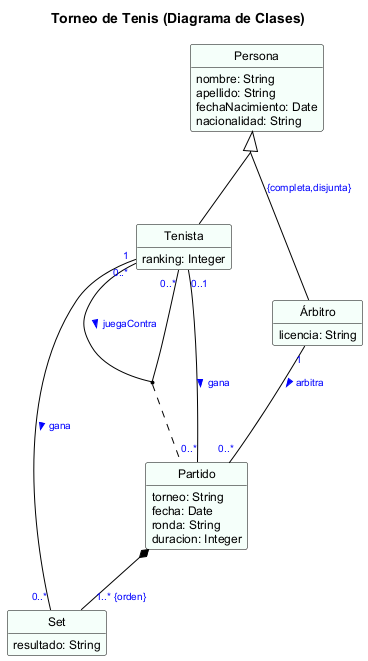
Before: assets/images/iissi1/mc2mr/torneo-tenis-clases.png, a diagram exported from PlantUML (IISSI-US/web).
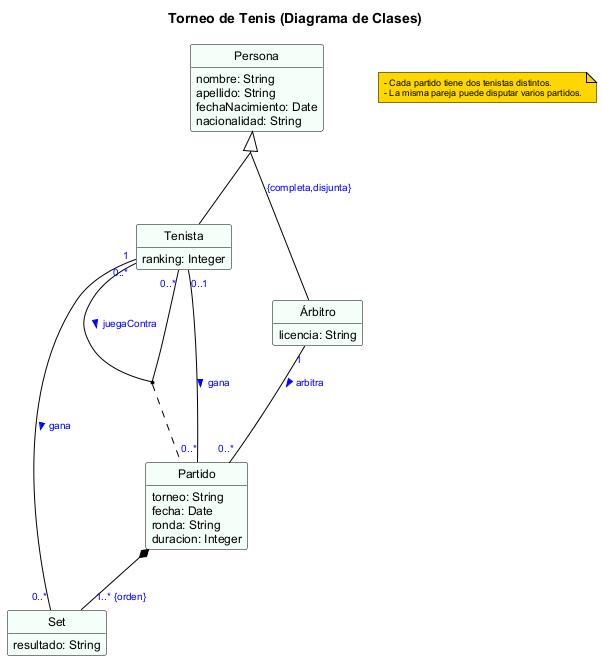
Above is the later version.

The edit, as a diff of the source:
```diff
@@ -41,4 +41,10 @@
 Árbitro "1" -- "0..*" Partido : arbitra >
 Partido *-- "1..* {orden}" Set
 Tenista "1" -- "0..*" Set : gana >
+
+note as Restricciones
+  - Cada partido tiene dos tenistas distintos.
+  - La misma pareja puede disputar varios partidos.
+end note
+
 @enduml
```
